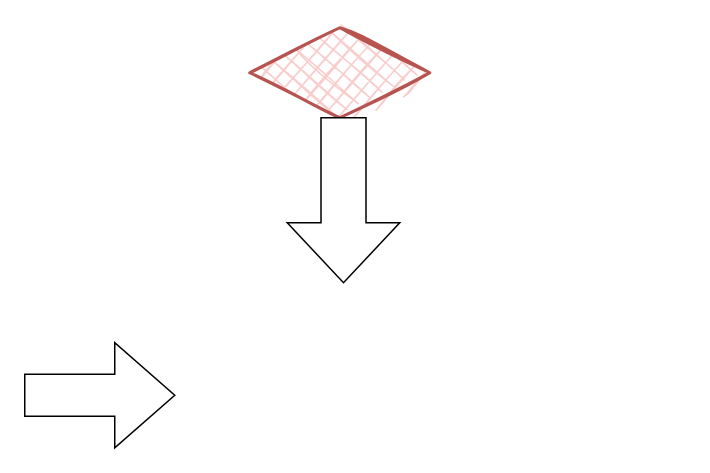
The draw.io diagram Untitled Diagram.drawio in exa-tang/draw, before the edit. Source tidied: cells renumbered, new cells numbered last; positions are measured from the earlier drawing's top-left corner, leaving out a move shared by most shapes. Both pictures are drawn from the tidied source at 150%, with x=0, y=0 at pixel (24, 27).
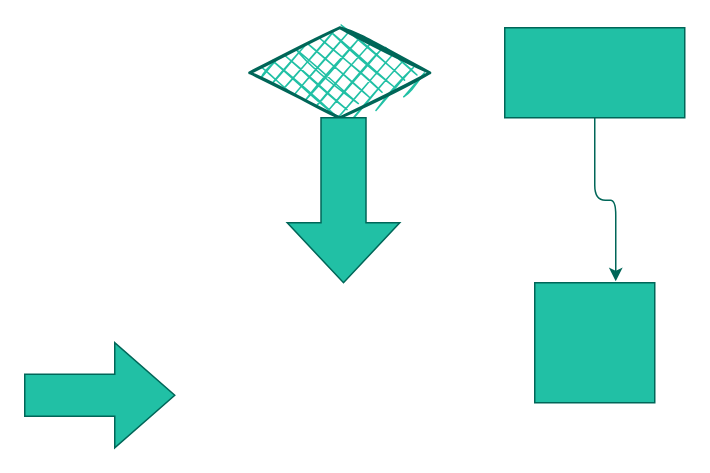
Above is the later version.

What changed in the source:
```diff
@@
 <mxGraphModel>
   <root>
     <mxCell id="0" />
     <mxCell id="1" parent="0" />
-    <mxCell id="2" style="rhombus;whiteSpace=wrap;html=1;strokeWidth=2;fillWeight=-1;hachureGap=8;fillStyle=cross-hatch;fillColor=#f8cecc;sketch=1;strokeColor=#b85450;" parent="1" vertex="1">
+    <mxCell id="2" style="rhombus;whiteSpace=wrap;html=1;strokeWidth=2;fillWeight=-1;hachureGap=8;fillStyle=cross-hatch;fillColor=#21C0A5;sketch=1;strokeColor=#006658;fontColor=#5C5C5C;" parent="1" vertex="1">
       <mxGeometry x="150" width="120" height="60" as="geometry" />
     </mxCell>
-    <mxCell id="3" style="html=1;shadow=0;dashed=0;align=center;verticalAlign=middle;shape=mxgraph.arrows2.arrow;dy=0.6;dx=40;notch=0;" parent="1" vertex="1">
+    <mxCell id="3" style="html=1;shadow=0;dashed=0;align=center;verticalAlign=middle;shape=mxgraph.arrows2.arrow;dy=0.6;dx=40;notch=0;fillColor=#21C0A5;strokeColor=#006658;fontColor=#5C5C5C;" parent="1" vertex="1">
       <mxGeometry y="210" width="100" height="70" as="geometry" />
     </mxCell>
-    <mxCell id="4" style="html=1;shadow=0;dashed=0;align=center;verticalAlign=middle;shape=mxgraph.arrows2.arrow;dy=0.6;dx=40;direction=south;notch=0;" parent="1" vertex="1">
+    <mxCell id="4" style="html=1;shadow=0;dashed=0;align=center;verticalAlign=middle;shape=mxgraph.arrows2.arrow;dy=0.6;dx=40;direction=south;notch=0;fillColor=#21C0A5;strokeColor=#006658;fontColor=#5C5C5C;" parent="1" vertex="1">
       <mxGeometry x="175" y="60" width="75" height="110" as="geometry" />
     </mxCell>
+    <mxCell id="5" style="edgeStyle=orthogonalEdgeStyle;curved=0;rounded=1;sketch=0;jettySize=auto;html=1;exitX=0.5;exitY=1;exitDx=0;exitDy=0;entryX=0.675;entryY=-0.012;entryDx=0;entryDy=0;entryPerimeter=0;fontColor=#5C5C5C;strokeColor=#006658;fillColor=#21C0A5;" parent="1" edge="1" source="6" target="7">
+      <mxGeometry relative="1" as="geometry" />
+    </mxCell>
+    <mxCell id="6" style="rounded=0;whiteSpace=wrap;html=1;sketch=0;fontColor=#5C5C5C;strokeColor=#006658;fillColor=#21C0A5;" parent="1" vertex="1">
+      <mxGeometry x="320" width="120" height="60" as="geometry" />
+    </mxCell>
+    <mxCell id="7" style="whiteSpace=wrap;html=1;rounded=0;sketch=0;fontColor=#5C5C5C;strokeColor=#006658;fillColor=#21C0A5;" parent="1" vertex="1">
+      <mxGeometry x="340" y="170" width="80" height="80" as="geometry" />
+    </mxCell>
   </root>
 </mxGraphModel>
```
